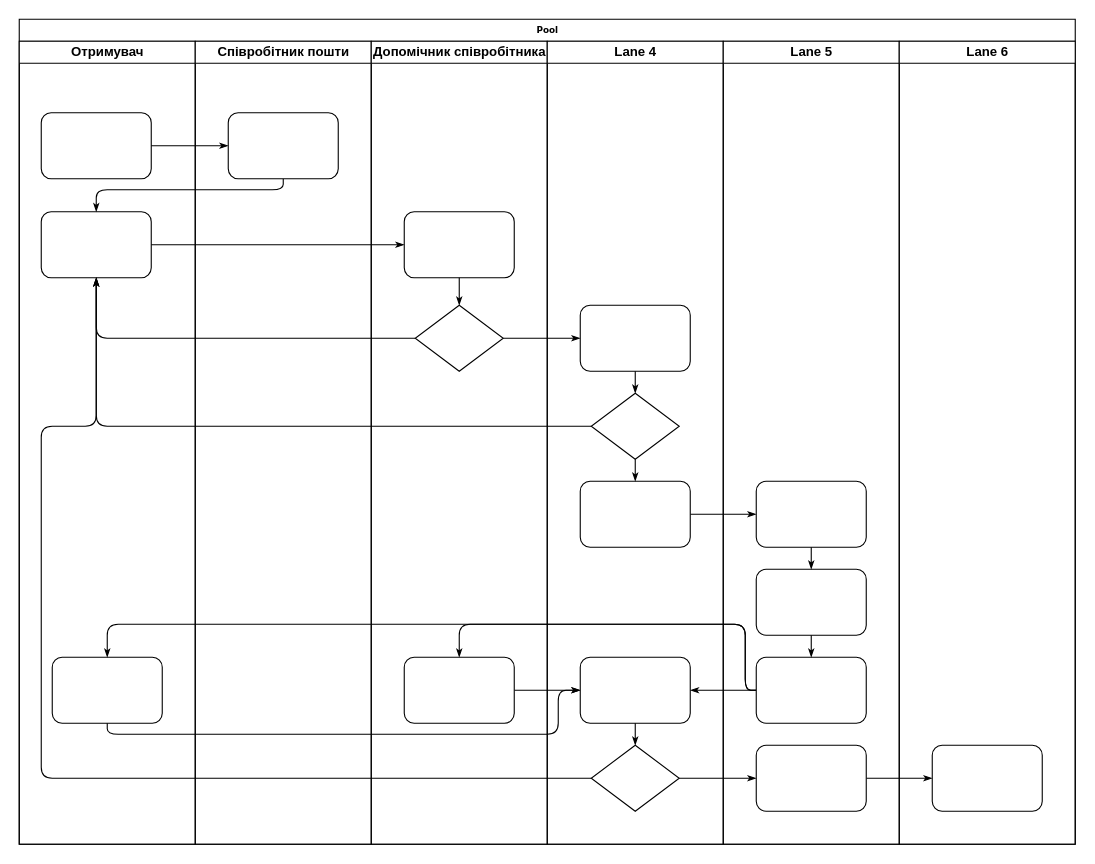
This is Диаграмма без названия.drawio from pxlmady/uml, a draw.io file, before an edit. Source tidied: cells renumbered, new cells numbered last; positions are measured from the earlier drawing's top-left corner, leaving out a move shared by most shapes. Both pictures are drawn from the tidied source at 110%, with x=0, y=0 at pixel (19, 19).
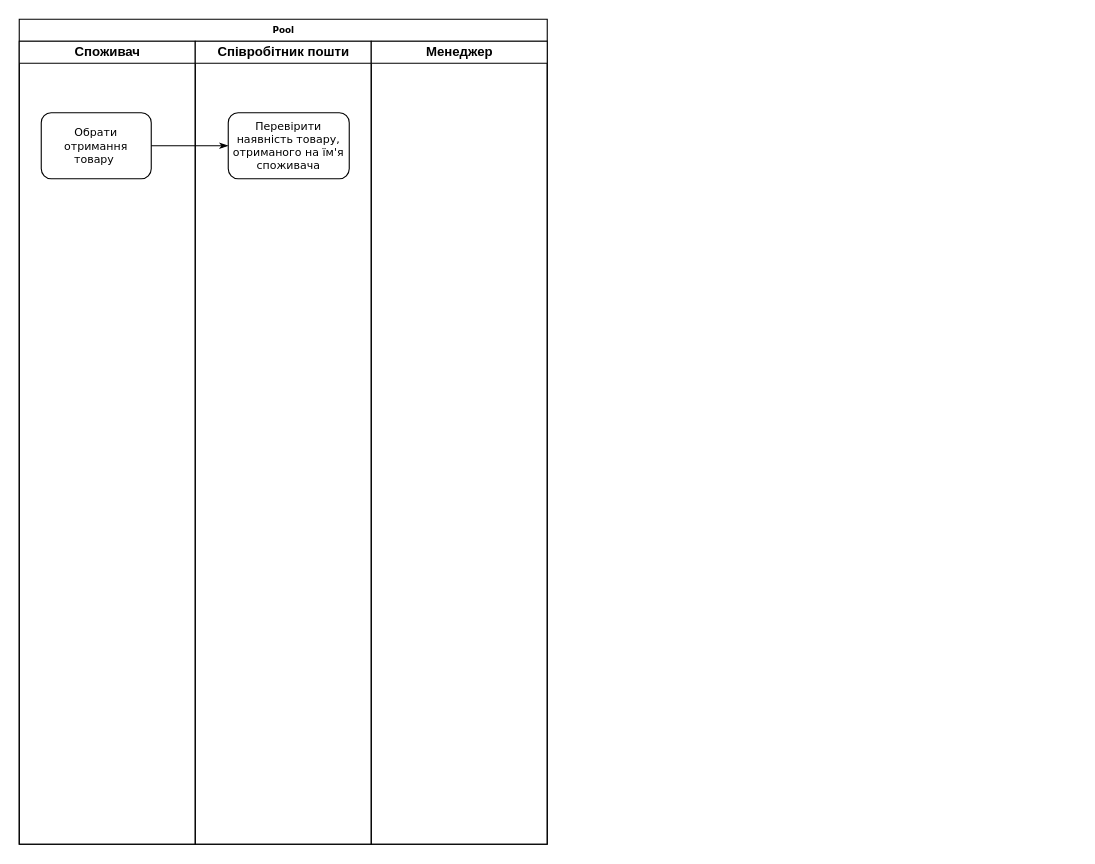
After the change.

Unchanged cells that the change refers to:
```xml
<mxCell id="22" value="Співробітник пошти" style="swimlane;html=1;startSize=20;" parent="2" vertex="1">
  <mxGeometry x="160" y="20" width="160" height="730" as="geometry" />
</mxCell>
```

Change to the diagram source:
```diff
@@
     <mxCell id="2" value="Pool" style="swimlane;html=1;startSize=20;rounded=0;shadow=0;labelBackgroundColor=none;strokeWidth=1;fontFamily=Verdana;fontSize=8;align=center;" parent="1" vertex="1">
-      <mxGeometry width="960" height="750" as="geometry" />
+      <mxGeometry width="480" height="750" as="geometry" />
     </mxCell>
-    <mxCell id="3" value="Отримувач" style="swimlane;html=1;startSize=20;" parent="2" vertex="1">
+    <mxCell id="3" value="Споживач" style="swimlane;html=1;startSize=20;" parent="2" vertex="1">
       <mxGeometry y="20" width="160" height="730" as="geometry" />
     </mxCell>
-    <mxCell id="4" style="rounded=1;whiteSpace=wrap;html=1;shadow=0;labelBackgroundColor=none;strokeWidth=1;fontFamily=Verdana;fontSize=8;align=center;" parent="3" vertex="1">
+    <mxCell id="4" value="&lt;font style=&quot;font-size: 10px;&quot;&gt;Обрати отримання товару&amp;nbsp;&lt;/font&gt;" style="rounded=1;whiteSpace=wrap;html=1;shadow=0;labelBackgroundColor=none;strokeWidth=1;fontFamily=Verdana;fontSize=8;align=center;" parent="3" vertex="1">
       <mxGeometry x="20" y="65" width="100" height="60" as="geometry" />
     </mxCell>
-    <mxCell id="5" style="rounded=1;whiteSpace=wrap;html=1;shadow=0;labelBackgroundColor=none;strokeWidth=1;fontFamily=Verdana;fontSize=8;align=center;" parent="3" vertex="1">
-      <mxGeometry x="20" y="155" width="100" height="60" as="geometry" />
-    </mxCell>
-    <mxCell id="6" style="rounded=1;whiteSpace=wrap;html=1;shadow=0;labelBackgroundColor=none;strokeWidth=1;fontFamily=Verdana;fontSize=8;align=center;" parent="3" vertex="1">
-      <mxGeometry x="30" y="560" width="100" height="60" as="geometry" />
-    </mxCell>
@@
-    <mxCell id="8" style="edgeStyle=orthogonalEdgeStyle;rounded=1;html=1;labelBackgroundColor=none;startArrow=none;startFill=0;startSize=5;endArrow=classicThin;endFill=1;endSize=5;jettySize=auto;strokeWidth=1;fontFamily=Verdana;fontSize=8;" parent="2" edge="1" source="23" target="5">
-      <mxGeometry relative="1" as="geometry">
-        <Array as="points">
-          <mxPoint x="240" y="155" />
-          <mxPoint x="70" y="155" />
-        </Array>
-      </mxGeometry>
-    </mxCell>
-    <mxCell id="9" style="edgeStyle=orthogonalEdgeStyle;rounded=1;html=1;labelBackgroundColor=none;startArrow=none;startFill=0;startSize=5;endArrow=classicThin;endFill=1;endSize=5;jettySize=auto;strokeWidth=1;fontFamily=Verdana;fontSize=8;" parent="2" edge="1" source="5" target="25">
-      <mxGeometry relative="1" as="geometry" />
-    </mxCell>
-    <mxCell id="10" style="edgeStyle=orthogonalEdgeStyle;rounded=1;html=1;labelBackgroundColor=none;startArrow=none;startFill=0;startSize=5;endArrow=classicThin;endFill=1;endSize=5;jettySize=auto;strokeWidth=1;fontFamily=Verdana;fontSize=8;" parent="2" edge="1" source="26" target="5">
-      <mxGeometry relative="1" as="geometry" />
-    </mxCell>
-    <mxCell id="11" style="edgeStyle=orthogonalEdgeStyle;rounded=1;html=1;labelBackgroundColor=none;startArrow=none;startFill=0;startSize=5;endArrow=classicThin;endFill=1;endSize=5;jettySize=auto;strokeWidth=1;fontFamily=Verdana;fontSize=8;" parent="2" edge="1" source="31" target="5">
-      <mxGeometry relative="1" as="geometry" />
-    </mxCell>
-    <mxCell id="12" style="edgeStyle=orthogonalEdgeStyle;rounded=1;html=1;labelBackgroundColor=none;startArrow=none;startFill=0;startSize=5;endArrow=classicThin;endFill=1;endSize=5;jettySize=auto;strokeWidth=1;fontFamily=Verdana;fontSize=8;" parent="2" edge="1" source="34" target="5">
-      <mxGeometry relative="1" as="geometry">
-        <Array as="points">
-          <mxPoint x="20" y="690" />
-          <mxPoint x="20" y="370" />
-          <mxPoint x="70" y="370" />
-        </Array>
-      </mxGeometry>
-    </mxCell>
-    <mxCell id="13" style="edgeStyle=orthogonalEdgeStyle;rounded=1;html=1;labelBackgroundColor=none;startArrow=none;startFill=0;startSize=5;endArrow=classicThin;endFill=1;endSize=5;jettySize=auto;strokeWidth=1;fontFamily=Verdana;fontSize=8;" parent="2" edge="1" source="26" target="30">
-      <mxGeometry relative="1" as="geometry" />
-    </mxCell>
-    <mxCell id="14" style="edgeStyle=orthogonalEdgeStyle;rounded=1;html=1;labelBackgroundColor=none;startArrow=none;startFill=0;startSize=5;endArrow=classicThin;endFill=1;endSize=5;jettySize=auto;strokeWidth=1;fontFamily=Verdana;fontSize=8;" parent="2" edge="1" source="34" target="42">
-      <mxGeometry relative="1" as="geometry" />
-    </mxCell>
-    <mxCell id="15" style="edgeStyle=orthogonalEdgeStyle;rounded=1;html=1;labelBackgroundColor=none;startArrow=none;startFill=0;startSize=5;endArrow=classicThin;endFill=1;endSize=5;jettySize=auto;strokeWidth=1;fontFamily=Verdana;fontSize=8;" parent="2" edge="1" source="42" target="46">
-      <mxGeometry relative="1" as="geometry" />
-    </mxCell>
-    <mxCell id="16" style="edgeStyle=orthogonalEdgeStyle;rounded=1;html=1;labelBackgroundColor=none;startArrow=none;startFill=0;startSize=5;endArrow=classicThin;endFill=1;endSize=5;jettySize=auto;strokeWidth=1;fontFamily=Verdana;fontSize=8;" parent="2" edge="1" source="32" target="39">
-      <mxGeometry relative="1" as="geometry" />
-    </mxCell>
-    <mxCell id="17" style="edgeStyle=orthogonalEdgeStyle;rounded=1;html=1;labelBackgroundColor=none;startArrow=none;startFill=0;startSize=5;endArrow=classicThin;endFill=1;endSize=5;jettySize=auto;strokeWidth=1;fontFamily=Verdana;fontSize=8;" parent="2" edge="1" source="41" target="27">
-      <mxGeometry relative="1" as="geometry">
-        <Array as="points">
-          <mxPoint x="660" y="610" />
-          <mxPoint x="660" y="550" />
-          <mxPoint x="400" y="550" />
-        </Array>
-      </mxGeometry>
-    </mxCell>
-    <mxCell id="18" style="edgeStyle=orthogonalEdgeStyle;rounded=1;html=1;labelBackgroundColor=none;startArrow=none;startFill=0;startSize=5;endArrow=classicThin;endFill=1;endSize=5;jettySize=auto;strokeColor=#000000;strokeWidth=1;fontFamily=Verdana;fontSize=8;fontColor=#000000;" parent="2" edge="1" source="41" target="33">
-      <mxGeometry relative="1" as="geometry" />
-    </mxCell>
-    <mxCell id="19" style="edgeStyle=orthogonalEdgeStyle;rounded=1;html=1;labelBackgroundColor=none;startArrow=none;startFill=0;startSize=5;endArrow=classicThin;endFill=1;endSize=5;jettySize=auto;strokeWidth=1;fontFamily=Verdana;fontSize=8;" parent="2" edge="1" source="41" target="6">
-      <mxGeometry relative="1" as="geometry">
-        <Array as="points">
-          <mxPoint x="660" y="610" />
-          <mxPoint x="660" y="550" />
-          <mxPoint x="80" y="550" />
-        </Array>
-      </mxGeometry>
-    </mxCell>
-    <mxCell id="20" style="edgeStyle=orthogonalEdgeStyle;rounded=1;html=1;labelBackgroundColor=none;startArrow=none;startFill=0;startSize=5;endArrow=classicThin;endFill=1;endSize=5;jettySize=auto;strokeWidth=1;fontFamily=Verdana;fontSize=8;" parent="2" edge="1" source="6" target="33">
-      <mxGeometry relative="1" as="geometry">
-        <Array as="points">
-          <mxPoint x="80" y="650" />
-          <mxPoint x="490" y="650" />
-          <mxPoint x="490" y="610" />
-        </Array>
-      </mxGeometry>
-    </mxCell>
-    <mxCell id="21" style="edgeStyle=orthogonalEdgeStyle;rounded=1;html=1;labelBackgroundColor=none;startArrow=none;startFill=0;startSize=5;endArrow=classicThin;endFill=1;endSize=5;jettySize=auto;strokeWidth=1;fontFamily=Verdana;fontSize=8;" parent="2" edge="1" source="27" target="33">
-      <mxGeometry relative="1" as="geometry" />
-    </mxCell>
@@
-    <mxCell id="23" style="rounded=1;whiteSpace=wrap;html=1;shadow=0;labelBackgroundColor=none;strokeWidth=1;fontFamily=Verdana;fontSize=8;align=center;" parent="22" vertex="1">
-      <mxGeometry x="30" y="65" width="100" height="60" as="geometry" />
+    <mxCell id="23" value="&lt;font size=&quot;1&quot;&gt;Перевірити наявність товару, отриманого на їм'я споживача&lt;/font&gt;" style="rounded=1;whiteSpace=wrap;html=1;shadow=0;labelBackgroundColor=none;strokeWidth=1;fontFamily=Verdana;fontSize=8;align=center;" parent="22" vertex="1">
+      <mxGeometry x="30" y="65" width="110" height="60" as="geometry" />
     </mxCell>
-    <mxCell id="24" value="Допомічник співробітника" style="swimlane;html=1;startSize=20;" parent="2" vertex="1">
+    <mxCell id="24" value="Менеджер" style="swimlane;html=1;startSize=20;" parent="2" vertex="1">
       <mxGeometry x="320" y="20" width="160" height="730" as="geometry" />
     </mxCell>
-    <mxCell id="25" style="rounded=1;whiteSpace=wrap;html=1;shadow=0;labelBackgroundColor=none;strokeWidth=1;fontFamily=Verdana;fontSize=8;align=center;" parent="24" vertex="1">
-      <mxGeometry x="30" y="155" width="100" height="60" as="geometry" />
-    </mxCell>
-    <mxCell id="26" style="rhombus;whiteSpace=wrap;html=1;rounded=0;shadow=0;labelBackgroundColor=none;strokeWidth=1;fontFamily=Verdana;fontSize=8;align=center;" parent="24" vertex="1">
-      <mxGeometry x="40" y="240" width="80" height="60" as="geometry" />
-    </mxCell>
-    <mxCell id="27" style="rounded=1;whiteSpace=wrap;html=1;shadow=0;labelBackgroundColor=none;strokeWidth=1;fontFamily=Verdana;fontSize=8;align=center;" parent="24" vertex="1">
-      <mxGeometry x="30" y="560" width="100" height="60" as="geometry" />
-    </mxCell>
-    <mxCell id="28" style="edgeStyle=orthogonalEdgeStyle;rounded=1;html=1;labelBackgroundColor=none;startArrow=none;startFill=0;startSize=5;endArrow=classicThin;endFill=1;endSize=5;jettySize=auto;strokeWidth=1;fontFamily=Verdana;fontSize=8;" parent="24" edge="1" source="25" target="26">
-      <mxGeometry relative="1" as="geometry" />
-    </mxCell>
-    <mxCell id="29" value="Lane 4" style="swimlane;html=1;startSize=20;" parent="2" vertex="1">
-      <mxGeometry x="480" y="20" width="160" height="730" as="geometry" />
-    </mxCell>
-    <mxCell id="30" style="rounded=1;whiteSpace=wrap;html=1;shadow=0;labelBackgroundColor=none;strokeWidth=1;fontFamily=Verdana;fontSize=8;align=center;" parent="29" vertex="1">
-      <mxGeometry x="30" y="240" width="100" height="60" as="geometry" />
-    </mxCell>
-    <mxCell id="31" style="rhombus;whiteSpace=wrap;html=1;rounded=0;shadow=0;labelBackgroundColor=none;strokeWidth=1;fontFamily=Verdana;fontSize=8;align=center;" parent="29" vertex="1">
-      <mxGeometry x="40" y="320" width="80" height="60" as="geometry" />
-    </mxCell>
-    <mxCell id="32" style="rounded=1;whiteSpace=wrap;html=1;shadow=0;labelBackgroundColor=none;strokeWidth=1;fontFamily=Verdana;fontSize=8;align=center;" parent="29" vertex="1">
-      <mxGeometry x="30" y="400" width="100" height="60" as="geometry" />
-    </mxCell>
-    <mxCell id="33" style="rounded=1;whiteSpace=wrap;html=1;shadow=0;labelBackgroundColor=none;strokeWidth=1;fontFamily=Verdana;fontSize=8;align=center;" parent="29" vertex="1">
-      <mxGeometry x="30" y="560" width="100" height="60" as="geometry" />
-    </mxCell>
-    <mxCell id="34" style="rhombus;whiteSpace=wrap;html=1;rounded=0;shadow=0;labelBackgroundColor=none;strokeWidth=1;fontFamily=Verdana;fontSize=8;align=center;" parent="29" vertex="1">
-      <mxGeometry x="40" y="640" width="80" height="60" as="geometry" />
-    </mxCell>
-    <mxCell id="35" style="edgeStyle=orthogonalEdgeStyle;rounded=1;html=1;labelBackgroundColor=none;startArrow=none;startFill=0;startSize=5;endArrow=classicThin;endFill=1;endSize=5;jettySize=auto;strokeColor=#000000;strokeWidth=1;fontFamily=Verdana;fontSize=8;fontColor=#000000;" parent="29" edge="1" source="30" target="31">
-      <mxGeometry relative="1" as="geometry" />
-    </mxCell>
-    <mxCell id="36" style="edgeStyle=orthogonalEdgeStyle;rounded=1;html=1;labelBackgroundColor=none;startArrow=none;startFill=0;startSize=5;endArrow=classicThin;endFill=1;endSize=5;jettySize=auto;strokeWidth=1;fontFamily=Verdana;fontSize=8;" parent="29" edge="1" source="31" target="32">
-      <mxGeometry relative="1" as="geometry" />
-    </mxCell>
-    <mxCell id="37" style="edgeStyle=orthogonalEdgeStyle;rounded=1;html=1;labelBackgroundColor=none;startArrow=none;startFill=0;startSize=5;endArrow=classicThin;endFill=1;endSize=5;jettySize=auto;strokeWidth=1;fontFamily=Verdana;fontSize=8;" parent="29" edge="1" source="33" target="34">
-      <mxGeometry relative="1" as="geometry" />
-    </mxCell>
-    <mxCell id="38" value="Lane 5" style="swimlane;html=1;startSize=20;" parent="2" vertex="1">
-      <mxGeometry x="640" y="20" width="160" height="730" as="geometry" />
-    </mxCell>
-    <mxCell id="39" style="rounded=1;whiteSpace=wrap;html=1;shadow=0;labelBackgroundColor=none;strokeWidth=1;fontFamily=Verdana;fontSize=8;align=center;" parent="38" vertex="1">
-      <mxGeometry x="30" y="400" width="100" height="60" as="geometry" />
-    </mxCell>
-    <mxCell id="40" style="rounded=1;whiteSpace=wrap;html=1;shadow=0;labelBackgroundColor=none;strokeWidth=1;fontFamily=Verdana;fontSize=8;align=center;" parent="38" vertex="1">
-      <mxGeometry x="30" y="480" width="100" height="60" as="geometry" />
-    </mxCell>
-    <mxCell id="41" style="rounded=1;whiteSpace=wrap;html=1;shadow=0;labelBackgroundColor=none;strokeWidth=1;fontFamily=Verdana;fontSize=8;align=center;" parent="38" vertex="1">
-      <mxGeometry x="30" y="560" width="100" height="60" as="geometry" />
-    </mxCell>
-    <mxCell id="42" style="rounded=1;whiteSpace=wrap;html=1;shadow=0;labelBackgroundColor=none;strokeWidth=1;fontFamily=Verdana;fontSize=8;align=center;" parent="38" vertex="1">
-      <mxGeometry x="30" y="640" width="100" height="60" as="geometry" />
-    </mxCell>
-    <mxCell id="43" style="edgeStyle=orthogonalEdgeStyle;rounded=1;html=1;labelBackgroundColor=none;startArrow=none;startFill=0;startSize=5;endArrow=classicThin;endFill=1;endSize=5;jettySize=auto;strokeWidth=1;fontFamily=Verdana;fontSize=8;" parent="38" edge="1" source="39" target="40">
-      <mxGeometry relative="1" as="geometry" />
-    </mxCell>
-    <mxCell id="44" style="edgeStyle=orthogonalEdgeStyle;rounded=1;html=1;labelBackgroundColor=none;startArrow=none;startFill=0;startSize=5;endArrow=classicThin;endFill=1;endSize=5;jettySize=auto;strokeWidth=1;fontFamily=Verdana;fontSize=8;" parent="38" edge="1" source="40" target="41">
-      <mxGeometry relative="1" as="geometry" />
-    </mxCell>
-    <mxCell id="45" value="Lane 6" style="swimlane;html=1;startSize=20;" parent="2" vertex="1">
-      <mxGeometry x="800" y="20" width="160" height="730" as="geometry" />
-    </mxCell>
-    <mxCell id="46" style="rounded=1;whiteSpace=wrap;html=1;shadow=0;labelBackgroundColor=none;strokeWidth=1;fontFamily=Verdana;fontSize=8;align=center;" parent="45" vertex="1">
-      <mxGeometry x="30" y="640" width="100" height="60" as="geometry" />
-    </mxCell>
```
